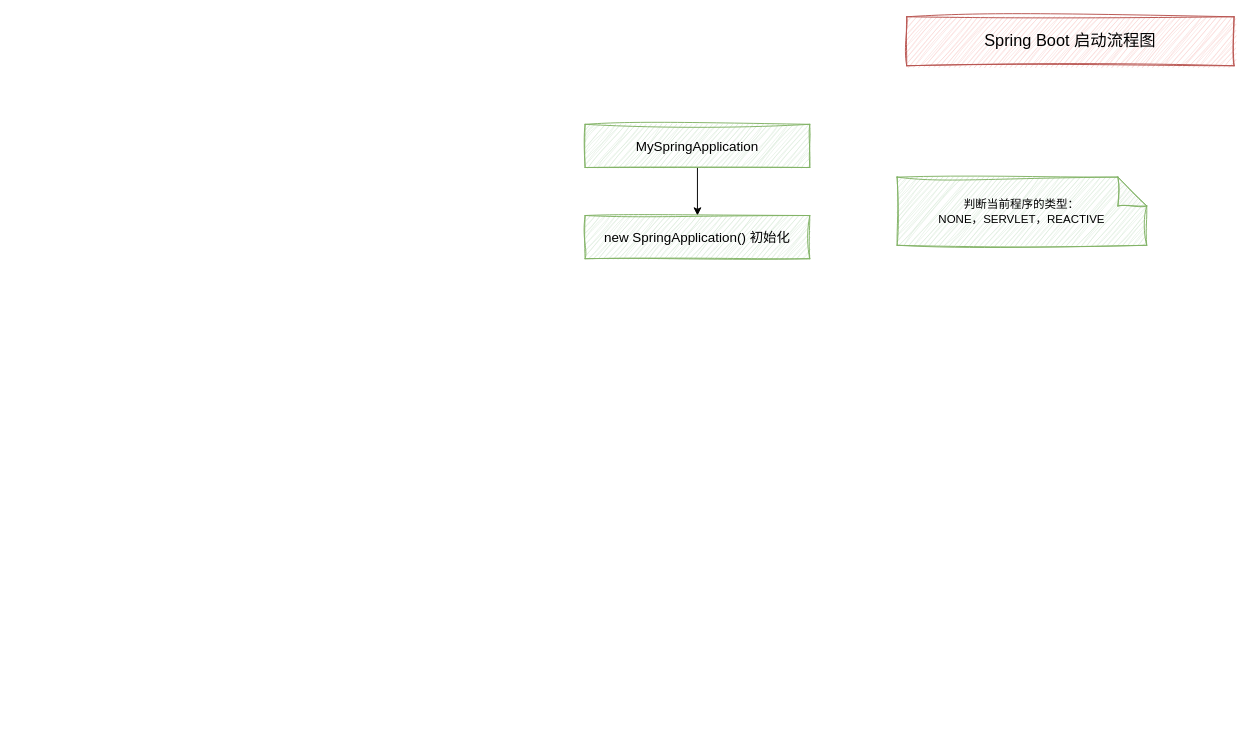
Above: spring-boot/spring-boot启动流程.drawio in annamaple/draw.io (draw.io), before the change. Source tidied: cells renumbered, new cells numbered last; positions are measured from the earlier drawing's top-left corner, leaving out a move shared by most shapes. Both pictures are drawn from the tidied source at 96%, with x=0, y=0 at pixel (585, 16).
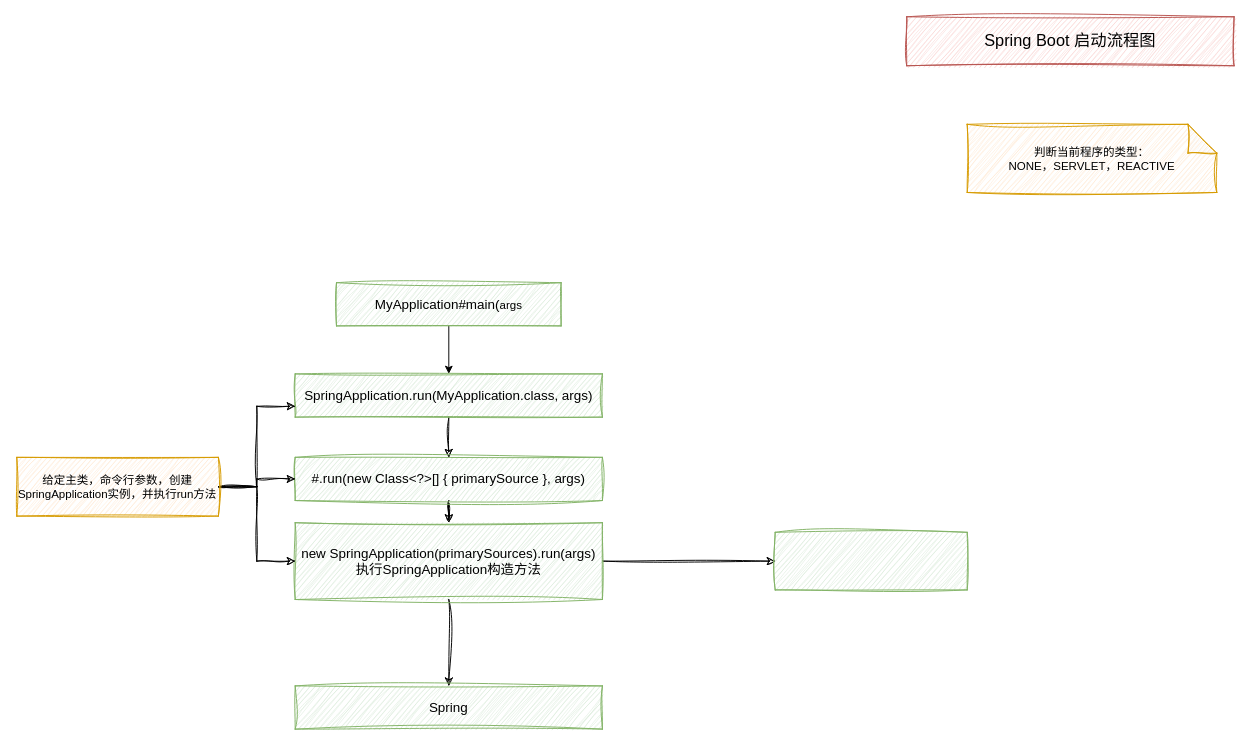
The same diagram, later.

Commit message:
更新spring-boot启动流程.drawio

What changed in the source:
```diff
@@
 <mxGraphModel>
   <root>
     <mxCell id="0" />
     <mxCell id="1" parent="0" />
     <mxCell id="2" value="&lt;font face=&quot;楷体&quot; style=&quot;font-size: 17px;&quot;&gt;Spring Boot 启动流程图&lt;/font&gt;" style="rounded=0;whiteSpace=wrap;html=1;fillColor=#f8cecc;strokeColor=#b85450;sketch=1;curveFitting=1;jiggle=2;" parent="1" vertex="1">
       <mxGeometry x="335" width="341" height="51" as="geometry" />
     </mxCell>
     <mxCell id="3" style="edgeStyle=orthogonalEdgeStyle;rounded=0;jettySize=auto;html=1;fontFamily=Helvetica;fontSize=12;fontColor=default;" parent="1" edge="1" source="4" target="5">
       <mxGeometry relative="1" as="geometry" />
     </mxCell>
-    <mxCell id="4" value="&lt;font style=&quot;font-size: 14px;&quot;&gt;MySpringApplication&lt;/font&gt;" style="rounded=0;whiteSpace=wrap;html=1;sketch=1;jiggle=2;curveFitting=1;strokeColor=#82b366;align=center;verticalAlign=middle;fontFamily=Helvetica;fontSize=12;fillColor=#d5e8d4;" parent="1" vertex="1">
-      <mxGeometry y="112" width="234" height="45" as="geometry" />
+    <mxCell id="4" value="&lt;font style=&quot;font-size: 14px;&quot;&gt;MyApplication#main(&lt;/font&gt;args" style="rounded=0;whiteSpace=wrap;html=1;sketch=1;jiggle=2;curveFitting=1;strokeColor=#82b366;align=center;verticalAlign=middle;fontFamily=Helvetica;fontSize=12;fillColor=#d5e8d4;" parent="1" vertex="1">
+      <mxGeometry x="-259" y="277" width="234" height="45" as="geometry" />
     </mxCell>
+    <mxCell id="7" style="edgeStyle=orthogonalEdgeStyle;rounded=0;sketch=1;hachureGap=4;jiggle=2;curveFitting=1;jettySize=auto;html=1;fontFamily=Architects Daughter;fontSize=16;" parent="1" edge="1" source="5" target="9">
+      <mxGeometry relative="1" as="geometry" />
+    </mxCell>
-    <mxCell id="5" value="&lt;font style=&quot;font-size: 14px;&quot;&gt;new SpringApplication() 初始化&lt;/font&gt;" style="rounded=0;whiteSpace=wrap;html=1;sketch=1;jiggle=2;curveFitting=1;strokeColor=#82b366;align=center;verticalAlign=middle;fontFamily=Helvetica;fontSize=12;fillColor=#d5e8d4;" parent="1" vertex="1">
-      <mxGeometry y="207" width="234" height="45" as="geometry" />
+    <mxCell id="5" value="&lt;font style=&quot;font-size: 14px;&quot;&gt;SpringApplication.run(MyApplication.class, args)&lt;/font&gt;" style="rounded=0;whiteSpace=wrap;html=1;sketch=1;jiggle=2;curveFitting=1;strokeColor=#82b366;align=center;verticalAlign=middle;fontFamily=Helvetica;fontSize=12;fillColor=#d5e8d4;" parent="1" vertex="1">
+      <mxGeometry x="-302" y="372" width="320" height="45" as="geometry" />
     </mxCell>
-    <mxCell id="6" value="判断当前程序的类型：&lt;br&gt;NONE，SERVLET，REACTIVE" style="shape=note;whiteSpace=wrap;html=1;backgroundOutline=1;darkOpacity=0.05;rounded=0;sketch=1;jiggle=2;curveFitting=1;strokeColor=#82b366;align=center;verticalAlign=middle;fontFamily=Helvetica;fontSize=12;fontColor=default;fillColor=#d5e8d4;" parent="1" vertex="1">
-      <mxGeometry x="325" y="167" width="260" height="71" as="geometry" />
+    <mxCell id="6" value="判断当前程序的类型：&lt;br&gt;NONE，SERVLET，REACTIVE" style="shape=note;whiteSpace=wrap;html=1;backgroundOutline=1;darkOpacity=0.05;rounded=0;sketch=1;jiggle=2;curveFitting=1;strokeColor=#d79b00;align=center;verticalAlign=middle;fontFamily=Helvetica;fontSize=12;fillColor=#ffe6cc;" parent="1" vertex="1">
+      <mxGeometry x="398" y="112" width="260" height="71" as="geometry" />
     </mxCell>
+    <mxCell id="8" style="edgeStyle=orthogonalEdgeStyle;rounded=0;sketch=1;hachureGap=4;jiggle=2;curveFitting=1;jettySize=auto;html=1;fontFamily=Architects Daughter;fontSize=16;" parent="1" edge="1" source="9" target="12">
+      <mxGeometry relative="1" as="geometry" />
+    </mxCell>
+    <mxCell id="9" value="&lt;font style=&quot;font-size: 14px;&quot;&gt;#.run(new Class&amp;lt;?&amp;gt;[] { primarySource }, args)&lt;/font&gt;" style="rounded=0;whiteSpace=wrap;html=1;sketch=1;jiggle=2;curveFitting=1;strokeColor=#82b366;align=center;verticalAlign=middle;fontFamily=Helvetica;fontSize=12;fillColor=#d5e8d4;" parent="1" vertex="1">
+      <mxGeometry x="-302" y="458.9" width="320" height="45" as="geometry" />
+    </mxCell>
+    <mxCell id="10" style="edgeStyle=orthogonalEdgeStyle;rounded=0;sketch=1;hachureGap=4;jiggle=2;curveFitting=1;jettySize=auto;html=1;fontFamily=Architects Daughter;fontSize=16;" parent="1" edge="1" source="12" target="13">
+      <mxGeometry relative="1" as="geometry" />
+    </mxCell>
+    <mxCell id="11" style="edgeStyle=orthogonalEdgeStyle;rounded=0;sketch=1;hachureGap=4;jiggle=2;curveFitting=1;jettySize=auto;html=1;fontFamily=Helvetica;fontSize=12;fontColor=default;" parent="1" edge="1" source="12" target="18">
+      <mxGeometry relative="1" as="geometry" />
+    </mxCell>
+    <mxCell id="12" value="&lt;font style=&quot;font-size: 14px;&quot;&gt;new SpringApplication(primarySources).run(args)&lt;br&gt;执行SpringApplication构造方法&lt;br&gt;&lt;/font&gt;" style="rounded=0;whiteSpace=wrap;html=1;sketch=1;jiggle=2;curveFitting=1;strokeColor=#82b366;align=center;verticalAlign=middle;fontFamily=Helvetica;fontSize=12;fillColor=#d5e8d4;" parent="1" vertex="1">
+      <mxGeometry x="-302" y="527" width="320" height="80" as="geometry" />
+    </mxCell>
+    <mxCell id="13" value="&lt;span style=&quot;font-size: 14px;&quot;&gt;Spring&lt;/span&gt;" style="rounded=0;whiteSpace=wrap;html=1;sketch=1;jiggle=2;curveFitting=1;strokeColor=#82b366;align=center;verticalAlign=middle;fontFamily=Helvetica;fontSize=12;fillColor=#d5e8d4;" parent="1" vertex="1">
+      <mxGeometry x="-302" y="697" width="320" height="45" as="geometry" />
+    </mxCell>
+    <mxCell id="14" style="edgeStyle=orthogonalEdgeStyle;rounded=0;sketch=1;hachureGap=4;jiggle=2;curveFitting=1;jettySize=auto;html=1;entryX=0;entryY=0.75;entryDx=0;entryDy=0;fontFamily=Helvetica;fontSize=12;fontColor=default;" parent="1" edge="1" source="17" target="5">
+      <mxGeometry relative="1" as="geometry" />
+    </mxCell>
+    <mxCell id="15" style="edgeStyle=orthogonalEdgeStyle;rounded=0;sketch=1;hachureGap=4;jiggle=2;curveFitting=1;jettySize=auto;html=1;fontFamily=Helvetica;fontSize=12;fontColor=default;" parent="1" edge="1" source="17" target="9">
+      <mxGeometry relative="1" as="geometry" />
+    </mxCell>
+    <mxCell id="16" style="edgeStyle=orthogonalEdgeStyle;rounded=0;sketch=1;hachureGap=4;jiggle=2;curveFitting=1;jettySize=auto;html=1;entryX=0;entryY=0.5;entryDx=0;entryDy=0;fontFamily=Helvetica;fontSize=12;fontColor=default;" parent="1" edge="1" source="17" target="12">
+      <mxGeometry relative="1" as="geometry" />
+    </mxCell>
+    <mxCell id="17" value="给定主类，命令行参数，创建SpringApplication实例，并执行run方法" style="rounded=0;whiteSpace=wrap;html=1;sketch=1;jiggle=2;curveFitting=1;strokeColor=#d79b00;align=center;verticalAlign=middle;fontFamily=Helvetica;fontSize=12;fillColor=#ffe6cc;" parent="1" vertex="1">
+      <mxGeometry x="-592" y="458.9" width="210" height="61.2" as="geometry" />
+    </mxCell>
+    <mxCell id="18" style="whiteSpace=wrap;html=1;fillColor=#d5e8d4;strokeColor=#82b366;rounded=0;sketch=1;jiggle=2;curveFitting=1;" parent="1" vertex="1">
+      <mxGeometry x="198" y="537" width="200" height="60" as="geometry" />
+    </mxCell>
   </root>
 </mxGraphModel>
```
